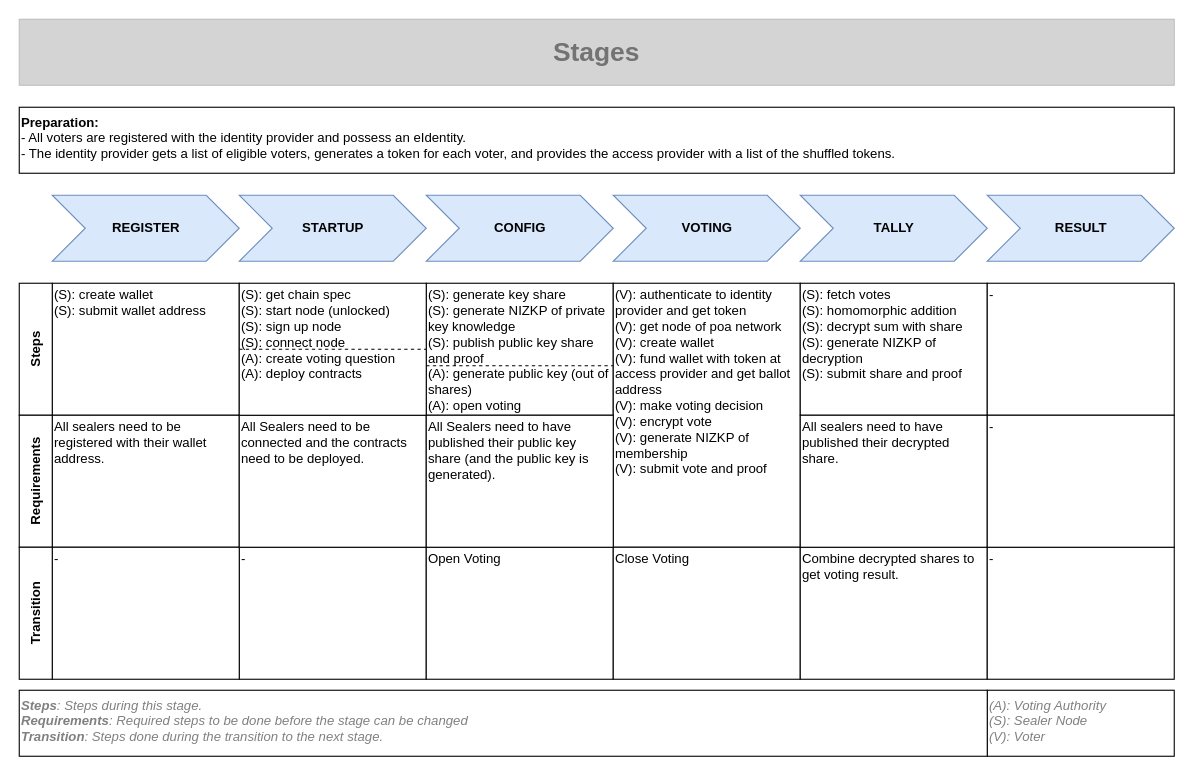
Above: voting-authority/backend/assets/stages.drawio in alexscheitlin/master-project-evoting (draw.io), before the change. Source tidied: cells renumbered, new cells numbered last; positions are measured from the earlier drawing's top-left corner, leaving out a move shared by most shapes. Both pictures are drawn from the tidied source at 110%, with x=0, y=0 at pixel (19, 19).
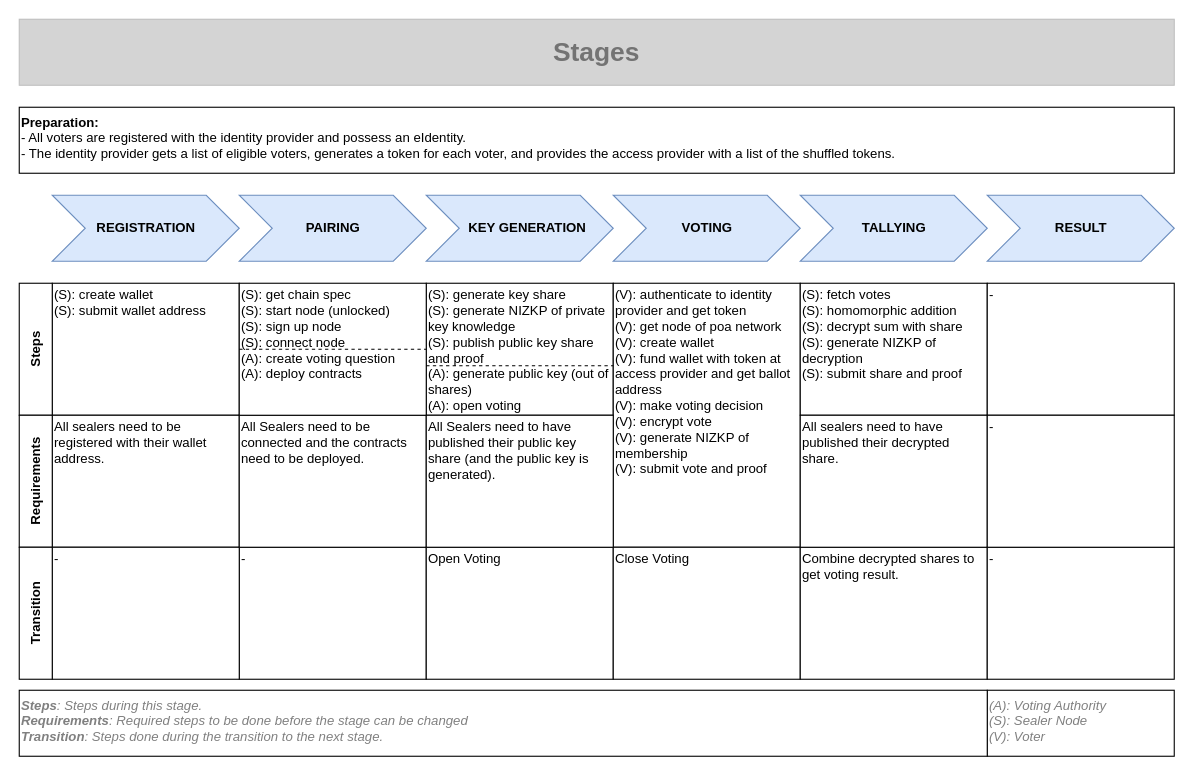
The same diagram, later.

Commit message (it also covers changes not shown here):
vote auth be - update stages drawing with new stage names

What changed in the source:
```diff
@@
-    <mxCell id="2" value="&lt;b&gt;REGISTER&lt;/b&gt;" style="html=1;shadow=0;dashed=0;align=center;verticalAlign=middle;shape=mxgraph.arrows2.arrow;dy=0;dx=30;notch=30;strokeColor=#6c8ebf;fillColor=#dae8fc;" parent="1" vertex="1">
+    <mxCell id="2" value="&lt;b&gt;REGISTRATION&lt;/b&gt;" style="html=1;shadow=0;dashed=0;align=center;verticalAlign=middle;shape=mxgraph.arrows2.arrow;dy=0;dx=30;notch=30;strokeColor=#6c8ebf;fillColor=#dae8fc;" parent="1" vertex="1">
       <mxGeometry x="30" y="160" width="170" height="60" as="geometry" />
     </mxCell>
-    <mxCell id="3" value="&lt;b&gt;STARTUP&lt;/b&gt;" style="html=1;shadow=0;dashed=0;align=center;verticalAlign=middle;shape=mxgraph.arrows2.arrow;dy=0;dx=30;notch=30;strokeColor=#6c8ebf;fillColor=#dae8fc;" parent="1" vertex="1">
+    <mxCell id="3" value="&lt;b&gt;PAIRING&lt;/b&gt;" style="html=1;shadow=0;dashed=0;align=center;verticalAlign=middle;shape=mxgraph.arrows2.arrow;dy=0;dx=30;notch=30;strokeColor=#6c8ebf;fillColor=#dae8fc;" parent="1" vertex="1">
       <mxGeometry x="200" y="160" width="170" height="60" as="geometry" />
     </mxCell>
-    <mxCell id="4" value="&lt;b&gt;CONFIG&lt;/b&gt;" style="html=1;shadow=0;dashed=0;align=center;verticalAlign=middle;shape=mxgraph.arrows2.arrow;dy=0;dx=30;notch=30;strokeColor=#6c8ebf;fillColor=#dae8fc;" parent="1" vertex="1">
+    <mxCell id="4" value="&lt;b&gt;&amp;nbsp;&amp;nbsp;&amp;nbsp; KEY GENERATION&lt;/b&gt;" style="html=1;shadow=0;dashed=0;align=center;verticalAlign=middle;shape=mxgraph.arrows2.arrow;dy=0;dx=30;notch=30;strokeColor=#6c8ebf;fillColor=#dae8fc;" parent="1" vertex="1">
       <mxGeometry x="370" y="160" width="170" height="60" as="geometry" />
     </mxCell>
@@
-    <mxCell id="6" value="&lt;b&gt;TALLY&lt;/b&gt;" style="html=1;shadow=0;dashed=0;align=center;verticalAlign=middle;shape=mxgraph.arrows2.arrow;dy=0;dx=30;notch=30;strokeColor=#6c8ebf;fillColor=#dae8fc;" parent="1" vertex="1">
+    <mxCell id="6" value="&lt;b&gt;TALLYING&lt;/b&gt;" style="html=1;shadow=0;dashed=0;align=center;verticalAlign=middle;shape=mxgraph.arrows2.arrow;dy=0;dx=30;notch=30;strokeColor=#6c8ebf;fillColor=#dae8fc;" parent="1" vertex="1">
       <mxGeometry x="710" y="160" width="170" height="60" as="geometry" />
     </mxCell>
```
